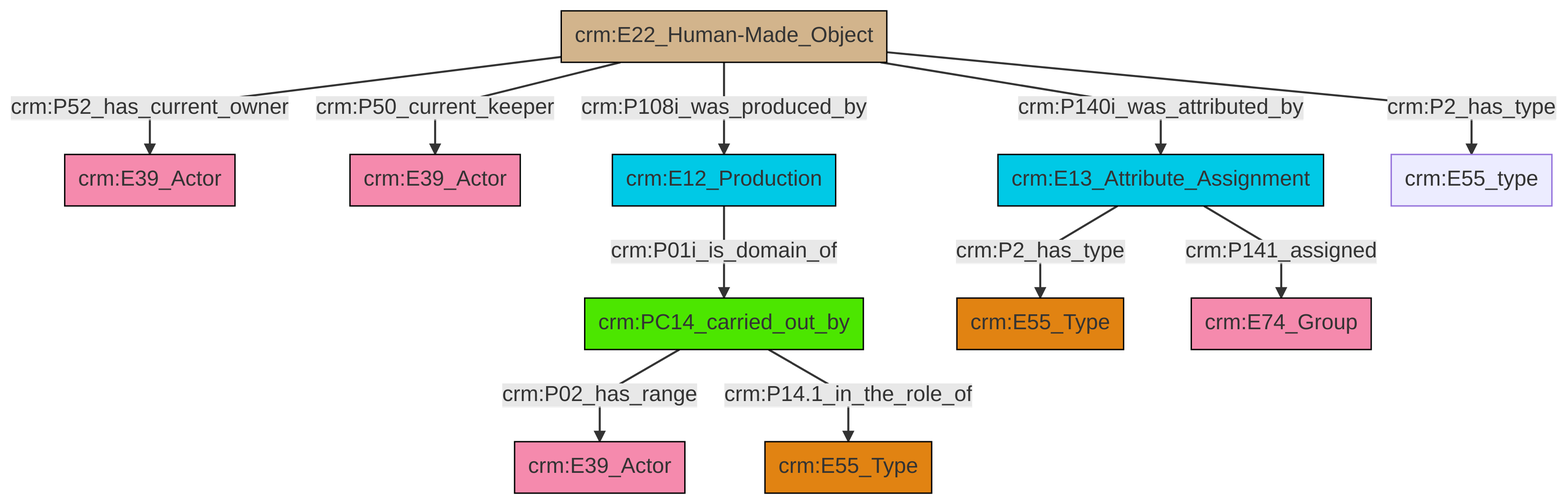
The Mermaid diagram et/artworkCSV/ttl/mmd/png/Artwork_Actor_Relations.png in swiss-art-research-net/reference-data-models, before a commit. Its source is kept beside it as et/artworkCSV/ttl/mmd/Artwork_Actor_Relations.ttl.mmd.
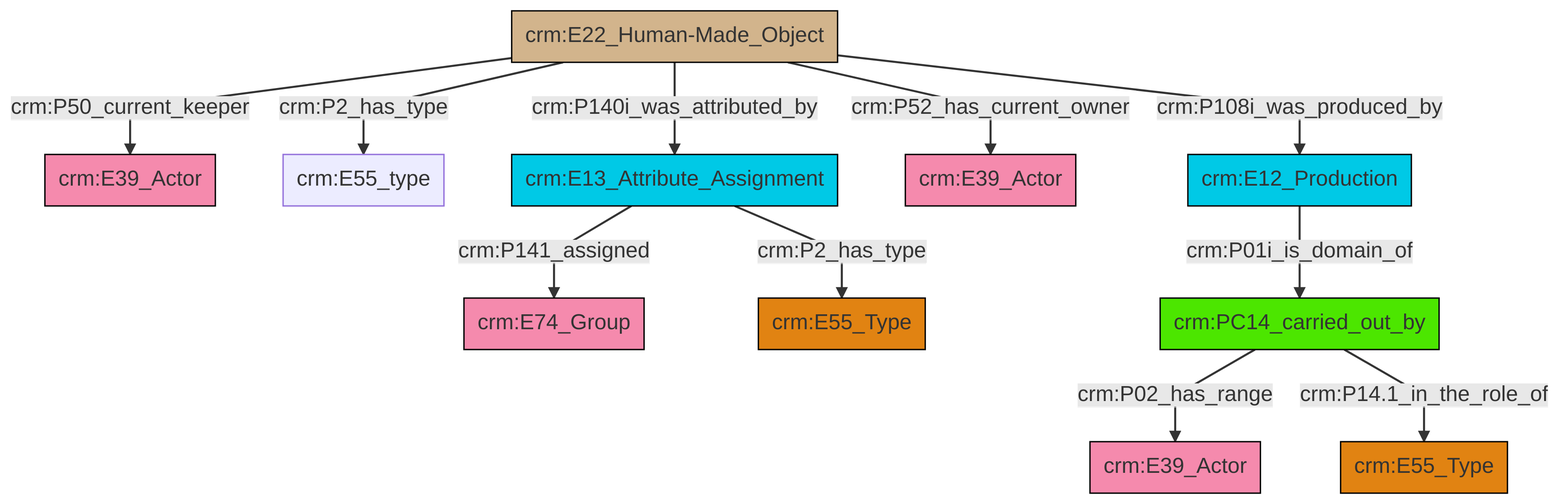
After the commit.

Diff of the diagram source:
```diff
@@ -13,13 +13,13 @@
 classDef PC_Classes fill:#4ce600, stroke:#000000;
 classDef Multi fill:#cccccc,stroke:#000000;
 
-2["crm:E22_Human-Made_Object"]:::Physical_Thing -->|crm:P52_has_current_owner| 13["crm:E39_Actor"]:::Actor
-2["crm:E22_Human-Made_Object"]:::Physical_Thing -->|crm:P50_current_keeper| 17["crm:E39_Actor"]:::Actor
-5["crm:PC14_carried_out_by"]:::PC_Classes -->|crm:P02_has_range| 9["crm:E39_Actor"]:::Actor
-18["crm:E13_Attribute_Assignment"]:::Temporal_Entity -->|crm:P2_has_type| 0["crm:E55_Type"]:::Type
-18["crm:E13_Attribute_Assignment"]:::Temporal_Entity -->|crm:P141_assigned| 20["crm:E74_Group"]:::Actor
-5["crm:PC14_carried_out_by"]:::PC_Classes -->|crm:P14.1_in_the_role_of| 15["crm:E55_Type"]:::Type
-2["crm:E22_Human-Made_Object"]:::Physical_Thing -->|crm:P108i_was_produced_by| 11["crm:E12_Production"]:::Temporal_Entity
-11["crm:E12_Production"]:::Temporal_Entity -->|crm:P01i_is_domain_of| 5["crm:PC14_carried_out_by"]:::PC_Classes
-2["crm:E22_Human-Made_Object"]:::Physical_Thing -->|crm:P140i_was_attributed_by| 18["crm:E13_Attribute_Assignment"]:::Temporal_Entity
-2["crm:E22_Human-Made_Object"]:::Physical_Thing -->|crm:P2_has_type| 7["crm:E55_type"]:::Default
+4["crm:PC14_carried_out_by"]:::PC_Classes -->|crm:P02_has_range| 2["crm:E39_Actor"]:::Actor
+5["crm:E12_Production"]:::Temporal_Entity -->|crm:P01i_is_domain_of| 4["crm:PC14_carried_out_by"]:::PC_Classes
+6["crm:E22_Human-Made_Object"]:::Physical_Thing -->|crm:P50_current_keeper| 7["crm:E39_Actor"]:::Actor
+4["crm:PC14_carried_out_by"]:::PC_Classes -->|crm:P14.1_in_the_role_of| 10["crm:E55_Type"]:::Type
+6["crm:E22_Human-Made_Object"]:::Physical_Thing -->|crm:P2_has_type| 11["crm:E55_type"]:::Default
+8["crm:E13_Attribute_Assignment"]:::Temporal_Entity -->|crm:P141_assigned| 12["crm:E74_Group"]:::Actor
+6["crm:E22_Human-Made_Object"]:::Physical_Thing -->|crm:P140i_was_attributed_by| 8["crm:E13_Attribute_Assignment"]:::Temporal_Entity
+6["crm:E22_Human-Made_Object"]:::Physical_Thing -->|crm:P52_has_current_owner| 15["crm:E39_Actor"]:::Actor
+8["crm:E13_Attribute_Assignment"]:::Temporal_Entity -->|crm:P2_has_type| 0["crm:E55_Type"]:::Type
+6["crm:E22_Human-Made_Object"]:::Physical_Thing -->|crm:P108i_was_produced_by| 5["crm:E12_Production"]:::Temporal_Entity
```
